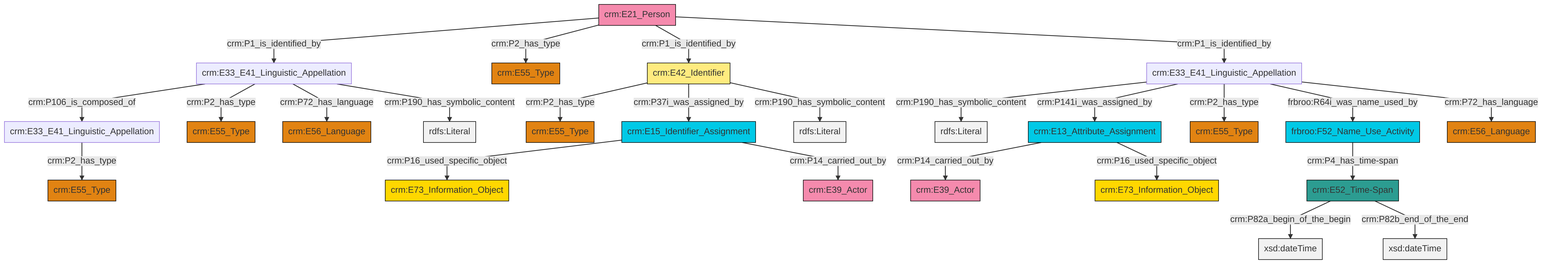
This is et/personCSV/ttl/mmd/png/Person_Names_and_Classification.png from swiss-art-research-net/docs.swissartresearch, a Mermaid export, as it was before one commit. Its source is kept beside it as et/personCSV/ttl/mmd/Person_Names_and_Classification.ttl.mmd.
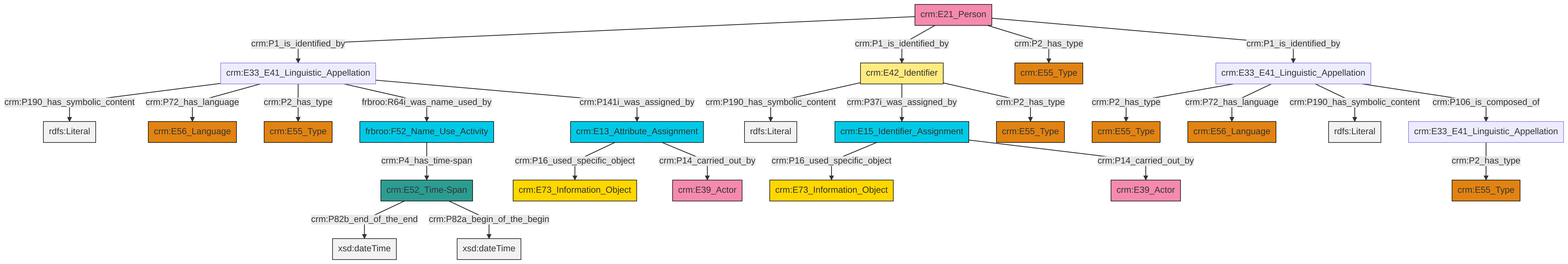
After the commit.

The edit, as a diff of the source:
```diff
@@ -13,27 +13,27 @@
 classDef PC_Classes fill:#4ce600, stroke:#000000;
 classDef Multi fill:#cccccc,stroke:#000000;
 
-0["crm:E33_E41_Linguistic_Appellation"]:::Default -->|crm:P106_is_composed_of| 1["crm:E33_E41_Linguistic_Appellation"]:::Default
-4["crm:E33_E41_Linguistic_Appellation"]:::Default -->|crm:P190_has_symbolic_content| 5[rdfs:Literal]:::Literal
-0["crm:E33_E41_Linguistic_Appellation"]:::Default -->|crm:P2_has_type| 8["crm:E55_Type"]:::Type
-12["crm:E21_Person"]:::Actor -->|crm:P1_is_identified_by| 0["crm:E33_E41_Linguistic_Appellation"]:::Default
-13["crm:E13_Attribute_Assignment"]:::Temporal_Entity -->|crm:P14_carried_out_by| 14["crm:E39_Actor"]:::Actor
-15["crm:E42_Identifier"]:::Appellation -->|crm:P2_has_type| 16["crm:E55_Type"]:::Type
-1["crm:E33_E41_Linguistic_Appellation"]:::Default -->|crm:P2_has_type| 17["crm:E55_Type"]:::Type
-13["crm:E13_Attribute_Assignment"]:::Temporal_Entity -->|crm:P16_used_specific_object| 19["crm:E73_Information_Object"]:::Conceptual_Object
-12["crm:E21_Person"]:::Actor -->|crm:P2_has_type| 22["crm:E55_Type"]:::Type
-4["crm:E33_E41_Linguistic_Appellation"]:::Default -->|crm:P141i_was_assigned_by| 13["crm:E13_Attribute_Assignment"]:::Temporal_Entity
-20["crm:E52_Time-Span"]:::Time-Span -->|crm:P82a_begin_of_the_begin| 28[xsd:dateTime]:::Literal
-15["crm:E42_Identifier"]:::Appellation -->|crm:P37i_was_assigned_by| 29["crm:E15_Identifier_Assignment"]:::Temporal_Entity
-29["crm:E15_Identifier_Assignment"]:::Temporal_Entity -->|crm:P16_used_specific_object| 23["crm:E73_Information_Object"]:::Conceptual_Object
-12["crm:E21_Person"]:::Actor -->|crm:P1_is_identified_by| 15["crm:E42_Identifier"]:::Appellation
-4["crm:E33_E41_Linguistic_Appellation"]:::Default -->|crm:P2_has_type| 25["crm:E55_Type"]:::Type
-12["crm:E21_Person"]:::Actor -->|crm:P1_is_identified_by| 4["crm:E33_E41_Linguistic_Appellation"]:::Default
-4["crm:E33_E41_Linguistic_Appellation"]:::Default -->|frbroo:R64i_was_name_used_by| 6["frbroo:F52_Name_Use_Activity"]:::Temporal_Entity
-0["crm:E33_E41_Linguistic_Appellation"]:::Default -->|crm:P72_has_language| 34["crm:E56_Language"]:::Type
-4["crm:E33_E41_Linguistic_Appellation"]:::Default -->|crm:P72_has_language| 2["crm:E56_Language"]:::Type
-0["crm:E33_E41_Linguistic_Appellation"]:::Default -->|crm:P190_has_symbolic_content| 38[rdfs:Literal]:::Literal
-15["crm:E42_Identifier"]:::Appellation -->|crm:P190_has_symbolic_content| 39[rdfs:Literal]:::Literal
-29["crm:E15_Identifier_Assignment"]:::Temporal_Entity -->|crm:P14_carried_out_by| 31["crm:E39_Actor"]:::Actor
-6["frbroo:F52_Name_Use_Activity"]:::Temporal_Entity -->|crm:P4_has_time-span| 20["crm:E52_Time-Span"]:::Time-Span
-20["crm:E52_Time-Span"]:::Time-Span -->|crm:P82b_end_of_the_end| 40[xsd:dateTime]:::Literal
+10["crm:E21_Person"]:::Actor -->|crm:P1_is_identified_by| 11["crm:E33_E41_Linguistic_Appellation"]:::Default
+14["crm:E33_E41_Linguistic_Appellation"]:::Default -->|crm:P2_has_type| 15["crm:E55_Type"]:::Type
+0["crm:E42_Identifier"]:::Appellation -->|crm:P190_has_symbolic_content| 16[rdfs:Literal]:::Literal
+11["crm:E33_E41_Linguistic_Appellation"]:::Default -->|crm:P190_has_symbolic_content| 17[rdfs:Literal]:::Literal
+10["crm:E21_Person"]:::Actor -->|crm:P1_is_identified_by| 0["crm:E42_Identifier"]:::Appellation
+11["crm:E33_E41_Linguistic_Appellation"]:::Default -->|crm:P72_has_language| 21["crm:E56_Language"]:::Type
+14["crm:E33_E41_Linguistic_Appellation"]:::Default -->|crm:P72_has_language| 2["crm:E56_Language"]:::Type
+24["crm:E52_Time-Span"]:::Time-Span -->|crm:P82b_end_of_the_end| 25[xsd:dateTime]:::Literal
+0["crm:E42_Identifier"]:::Appellation -->|crm:P37i_was_assigned_by| 26["crm:E15_Identifier_Assignment"]:::Temporal_Entity
+29["frbroo:F52_Name_Use_Activity"]:::Temporal_Entity -->|crm:P4_has_time-span| 24["crm:E52_Time-Span"]:::Time-Span
+10["crm:E21_Person"]:::Actor -->|crm:P2_has_type| 27["crm:E55_Type"]:::Type
+14["crm:E33_E41_Linguistic_Appellation"]:::Default -->|crm:P190_has_symbolic_content| 32[rdfs:Literal]:::Literal
+33["crm:E33_E41_Linguistic_Appellation"]:::Default -->|crm:P2_has_type| 22["crm:E55_Type"]:::Type
+30["crm:E13_Attribute_Assignment"]:::Temporal_Entity -->|crm:P16_used_specific_object| 6["crm:E73_Information_Object"]:::Conceptual_Object
+26["crm:E15_Identifier_Assignment"]:::Temporal_Entity -->|crm:P16_used_specific_object| 8["crm:E73_Information_Object"]:::Conceptual_Object
+0["crm:E42_Identifier"]:::Appellation -->|crm:P2_has_type| 4["crm:E55_Type"]:::Type
+11["crm:E33_E41_Linguistic_Appellation"]:::Default -->|crm:P2_has_type| 36["crm:E55_Type"]:::Type
+26["crm:E15_Identifier_Assignment"]:::Temporal_Entity -->|crm:P14_carried_out_by| 12["crm:E39_Actor"]:::Actor
+30["crm:E13_Attribute_Assignment"]:::Temporal_Entity -->|crm:P14_carried_out_by| 18["crm:E39_Actor"]:::Actor
+10["crm:E21_Person"]:::Actor -->|crm:P1_is_identified_by| 14["crm:E33_E41_Linguistic_Appellation"]:::Default
+24["crm:E52_Time-Span"]:::Time-Span -->|crm:P82a_begin_of_the_begin| 44[xsd:dateTime]:::Literal
+11["crm:E33_E41_Linguistic_Appellation"]:::Default -->|frbroo:R64i_was_name_used_by| 29["frbroo:F52_Name_Use_Activity"]:::Temporal_Entity
+14["crm:E33_E41_Linguistic_Appellation"]:::Default -->|crm:P106_is_composed_of| 33["crm:E33_E41_Linguistic_Appellation"]:::Default
+11["crm:E33_E41_Linguistic_Appellation"]:::Default -->|crm:P141i_was_assigned_by| 30["crm:E13_Attribute_Assignment"]:::Temporal_Entity
```
